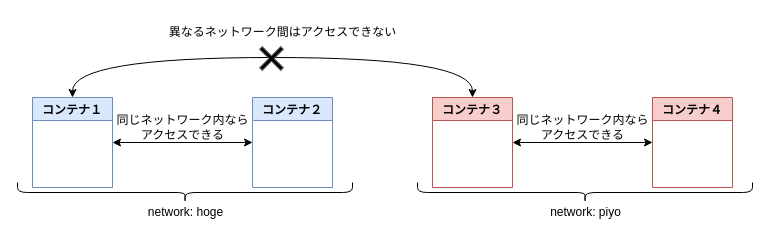
This is work.drawio from tassi-yuzukko/DrawIo, a draw.io file, before an edit. Source tidied: cells renumbered, new cells numbered last; positions are measured from the earlier drawing's top-left corner, leaving out a move shared by most shapes. Both pictures are drawn from the tidied source at 100%, with x=0, y=0 at pixel (32, 17).
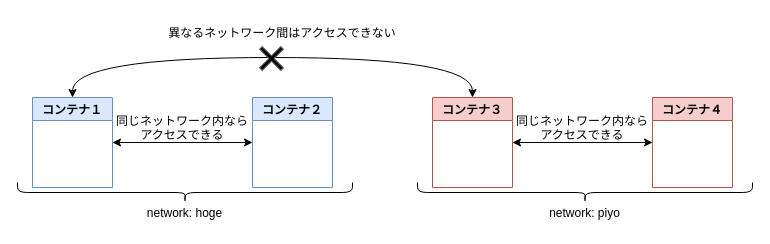
The same diagram, later.

Commit message (it also covers changes not shown here):
work.drawio を更新します

The edit, as a diff of the source:
```diff
@@
 <mxGraphModel>
   <root>
     <mxCell id="0" />
     <mxCell id="1" parent="0" />
-    <mxCell id="2" style="shape=curlyBracket;whiteSpace=wrap;html=1;rounded=1;flipH=1;rotation=90;" parent="1" vertex="1">
+    <mxCell id="2" style="shape=curlyBracket;rounded=1;flipH=1;rotation=90;" parent="1" vertex="1">
       <mxGeometry x="142.5" y="7.5" width="20" height="335" as="geometry" />
     </mxCell>
-    <mxCell id="3" value="network: hoge" style="text;html=1;align=center;verticalAlign=middle;strokeColor=none;fillColor=none;" parent="1" vertex="1">
+    <mxCell id="3" value="network: hoge" style="text;align=center;verticalAlign=middle;strokeColor=none;fillColor=none;" parent="1" vertex="1">
       <mxGeometry x="102.5" y="180" width="100" height="30" as="geometry" />
     </mxCell>
-    <mxCell id="4" style="edgeStyle=orthogonalEdgeStyle;rounded=0;jettySize=auto;html=1;exitX=1;exitY=0.5;exitDx=0;exitDy=0;entryX=0;entryY=0.5;entryDx=0;entryDy=0;startArrow=classic;startFill=1;" parent="1" edge="1" source="6" target="7">
+    <mxCell id="4" style="edgeStyle=orthogonalEdgeStyle;rounded=0;jettySize=auto;exitX=1;exitY=0.5;exitDx=0;exitDy=0;entryX=0;entryY=0.5;entryDx=0;entryDy=0;startArrow=classic;startFill=1;" parent="1" edge="1" source="6" target="7">
       <mxGeometry relative="1" as="geometry" />
     </mxCell>
-    <mxCell id="5" style="edgeStyle=orthogonalEdgeStyle;rounded=0;jettySize=auto;html=1;exitX=0.5;exitY=0;exitDx=0;exitDy=0;entryX=0.5;entryY=0;entryDx=0;entryDy=0;startArrow=classic;startFill=1;curved=1;" parent="1" edge="1" source="6" target="12">
+    <mxCell id="5" style="edgeStyle=orthogonalEdgeStyle;rounded=0;jettySize=auto;exitX=0.5;exitY=0;exitDx=0;exitDy=0;entryX=0.5;entryY=0;entryDx=0;entryDy=0;startArrow=classic;startFill=1;curved=1;" parent="1" edge="1" source="6" target="12">
       <mxGeometry relative="1" as="geometry">
         <Array as="points">
           <mxPoint x="40" y="40" />
           <mxPoint x="440" y="40" />
         </Array>
       </mxGeometry>
     </mxCell>
     <mxCell id="6" value="コンテナ１" style="swimlane;fillColor=#dae8fc;strokeColor=#6c8ebf;" parent="1" vertex="1">
       <mxGeometry y="80" width="80" height="90" as="geometry" />
     </mxCell>
     <mxCell id="7" value="コンテナ２" style="swimlane;fillColor=#dae8fc;strokeColor=#6c8ebf;" parent="1" vertex="1">
       <mxGeometry x="220" y="80" width="80" height="90" as="geometry" />
     </mxCell>
-    <mxCell id="8" value="同じネットワーク内なら&lt;br&gt;アクセスできる" style="text;html=1;align=center;verticalAlign=middle;strokeColor=none;fillColor=none;" parent="1" vertex="1">
+    <mxCell id="8" value="同じネットワーク内なら&#10;アクセスできる" style="text;align=center;verticalAlign=middle;strokeColor=none;fillColor=none;" parent="1" vertex="1">
       <mxGeometry x="70" y="90" width="160" height="40" as="geometry" />
     </mxCell>
-    <mxCell id="9" style="shape=curlyBracket;whiteSpace=wrap;html=1;rounded=1;flipH=1;rotation=90;" parent="1" vertex="1">
+    <mxCell id="9" style="shape=curlyBracket;rounded=1;flipH=1;rotation=90;" parent="1" vertex="1">
       <mxGeometry x="542.5" y="7.5" width="20" height="335" as="geometry" />
     </mxCell>
-    <mxCell id="10" value="network: piyo" style="text;html=1;align=center;verticalAlign=middle;strokeColor=none;fillColor=none;" parent="1" vertex="1">
+    <mxCell id="10" value="network: piyo" style="text;align=center;verticalAlign=middle;strokeColor=none;fillColor=none;" parent="1" vertex="1">
       <mxGeometry x="507.5" y="180" width="90" height="30" as="geometry" />
     </mxCell>
-    <mxCell id="11" style="edgeStyle=orthogonalEdgeStyle;rounded=0;jettySize=auto;html=1;exitX=1;exitY=0.5;exitDx=0;exitDy=0;entryX=0;entryY=0.5;entryDx=0;entryDy=0;startArrow=classic;startFill=1;" parent="1" edge="1" source="12" target="13">
+    <mxCell id="11" style="edgeStyle=orthogonalEdgeStyle;rounded=0;jettySize=auto;exitX=1;exitY=0.5;exitDx=0;exitDy=0;entryX=0;entryY=0.5;entryDx=0;entryDy=0;startArrow=classic;startFill=1;" parent="1" edge="1" source="12" target="13">
       <mxGeometry relative="1" as="geometry" />
     </mxCell>
     <mxCell id="12" value="コンテナ３" style="swimlane;fillColor=#f8cecc;strokeColor=#b85450;" parent="1" vertex="1">
       <mxGeometry x="400" y="80" width="80" height="90" as="geometry" />
     </mxCell>
     <mxCell id="13" value="コンテナ４" style="swimlane;fillColor=#f8cecc;strokeColor=#b85450;" parent="1" vertex="1">
       <mxGeometry x="620" y="80" width="80" height="90" as="geometry" />
     </mxCell>
-    <mxCell id="14" value="同じネットワーク内なら&lt;br&gt;アクセスできる" style="text;html=1;align=center;verticalAlign=middle;strokeColor=none;fillColor=none;" parent="1" vertex="1">
+    <mxCell id="14" value="同じネットワーク内なら&#10;アクセスできる" style="text;align=center;verticalAlign=middle;strokeColor=none;fillColor=none;" parent="1" vertex="1">
       <mxGeometry x="470" y="90" width="160" height="40" as="geometry" />
     </mxCell>
-    <mxCell id="15" value="異なるネットワーク間はアクセスできない" style="text;html=1;align=center;verticalAlign=middle;strokeColor=none;fillColor=none;" parent="1" vertex="1">
+    <mxCell id="15" value="異なるネットワーク間はアクセスできない" style="text;align=center;verticalAlign=middle;strokeColor=none;fillColor=none;" parent="1" vertex="1">
       <mxGeometry x="125" width="250" height="30" as="geometry" />
     </mxCell>
-    <mxCell id="16" style="shape=cross;whiteSpace=wrap;html=1;size=0.125;rotation=45;fillColor=#000000;strokeColor=#666666;fontColor=#333333;" parent="1" vertex="1">
+    <mxCell id="16" style="shape=cross;size=0.125;rotation=45;fillColor=#000000;strokeColor=#666666;fontColor=#333333;" parent="1" vertex="1">
       <mxGeometry x="224" y="26" width="30" height="30" as="geometry" />
     </mxCell>
   </root>
 </mxGraphModel>
```
